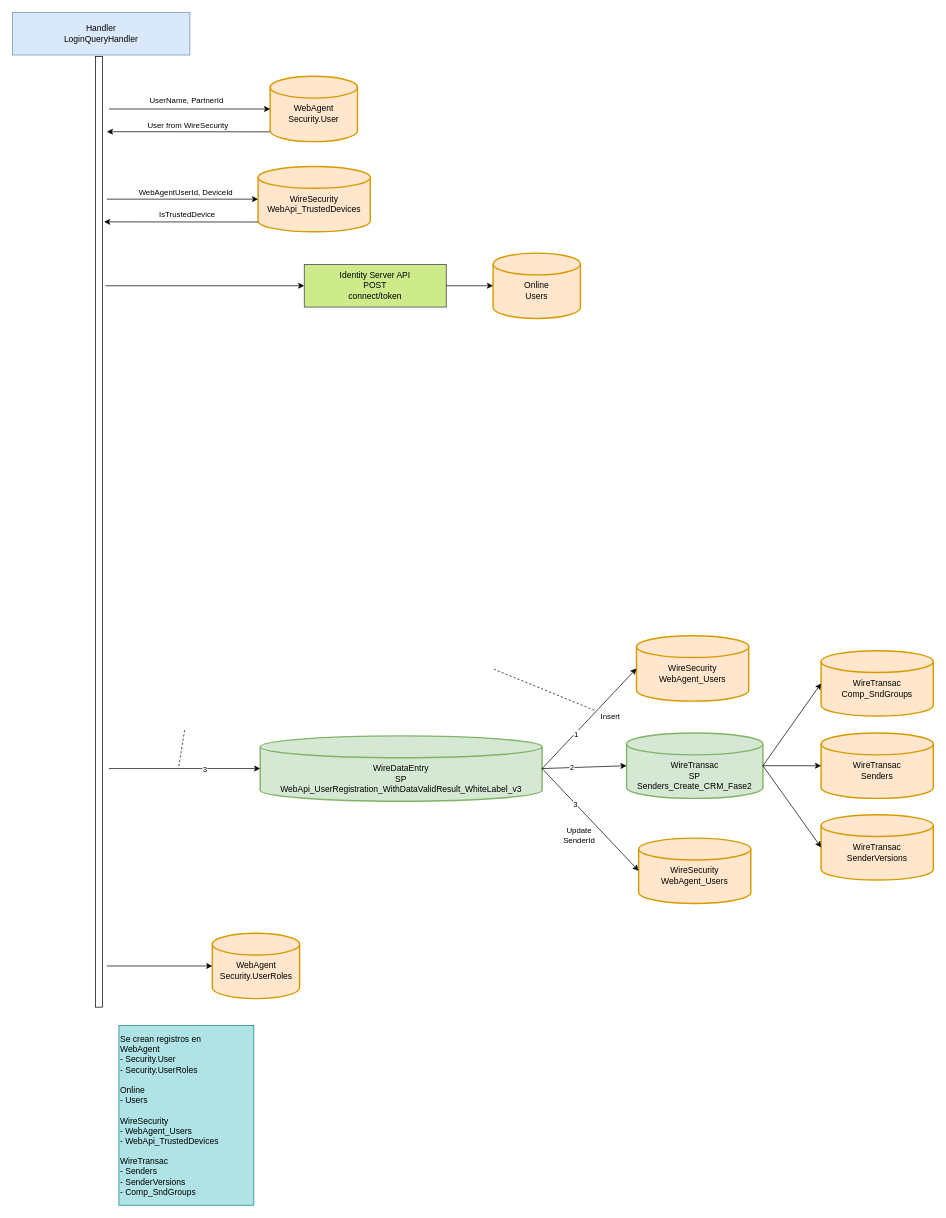
Before: user-api-post-api-auth-login.drawio in notariopablomarcelo/intermex, a draw.io diagram. Source tidied: cells renumbered, new cells numbered last; positions are measured from the earlier drawing's top-left corner, leaving out a move shared by most shapes. Both pictures are drawn from the tidied source at 71%, with x=0, y=0 at pixel (12, 12).
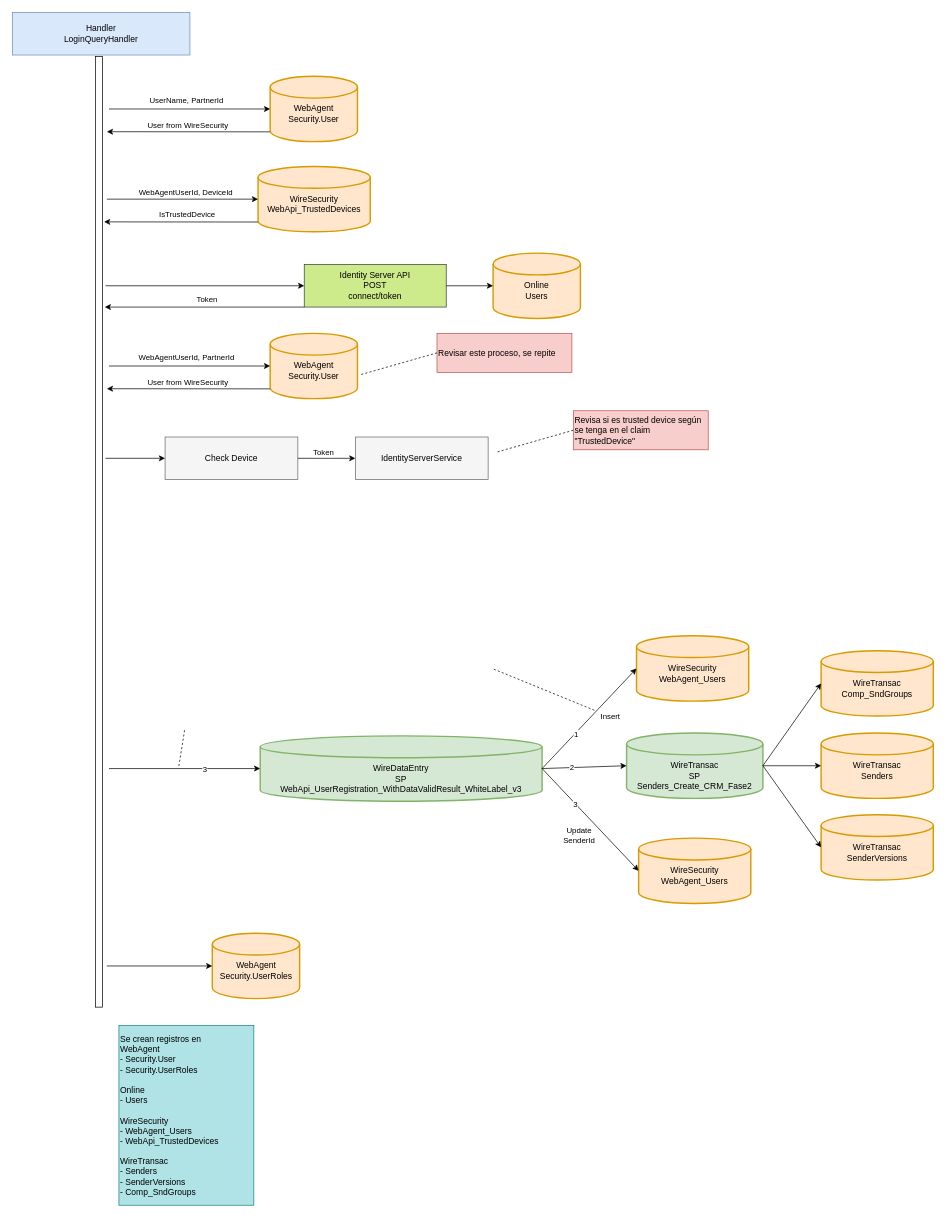
Above is the later version.

The change refers to these unchanged cells:
```xml
<mxCell id="3" value="&lt;font color=&quot;#000000&quot;&gt;Identity Server API&lt;br&gt;POST&lt;br&gt;connect/token&lt;/font&gt;" style="rounded=0;whiteSpace=wrap;html=1;fillColor=#cdeb8b;strokeColor=#36393d;" parent="1" vertex="1">
  <mxGeometry x="411" y="355" width="200" height="60" as="geometry" />
</mxCell>
```

What changed in the source:
```diff
@@
+    <mxCell id="43" value="&lt;br&gt;WebAgent&lt;br&gt;Security.User" style="strokeWidth=2;html=1;shape=mxgraph.flowchart.database;whiteSpace=wrap;fillColor=#ffe6cc;strokeColor=#d79b00;" parent="1" vertex="1">
+      <mxGeometry x="363" y="452" width="123" height="92" as="geometry" />
+    </mxCell>
+    <mxCell id="44" style="endArrow=classic;html=1;rounded=0;entryX=0;entryY=0.5;entryDx=0;entryDy=0;entryPerimeter=0;" parent="1" edge="1" target="43">
+      <mxGeometry relative="1" as="geometry">
+        <mxPoint x="136" y="498" as="sourcePoint" />
+      </mxGeometry>
+    </mxCell>
+    <mxCell id="45" value="WebAgentUserId, PartnerId" style="edgeLabel;html=1;align=center;verticalAlign=middle;" parent="44" vertex="1">
+      <mxGeometry x="0.23" relative="1" as="geometry">
+        <mxPoint x="-32" y="-13" as="offset" />
+      </mxGeometry>
+    </mxCell>
+    <mxCell id="46" style="endArrow=classic;html=1;rounded=0;exitX=0;exitY=0.85;exitDx=0;exitDy=0;exitPerimeter=0;" parent="1" edge="1" source="43">
+      <mxGeometry relative="1" as="geometry">
+        <mxPoint x="133" y="530" as="targetPoint" />
+      </mxGeometry>
+    </mxCell>
+    <mxCell id="47" value="User from WireSecurity" style="edgeLabel;html=1;align=center;verticalAlign=middle;" parent="46" vertex="1">
+      <mxGeometry x="0.42" y="1" relative="1" as="geometry">
+        <mxPoint x="47" y="-11" as="offset" />
+      </mxGeometry>
+    </mxCell>
+    <mxCell id="48" value="Revisar este proceso, se repite" style="text;html=1;strokeColor=#b85450;fillColor=#f8cecc;align=left;verticalAlign=middle;whiteSpace=wrap;rounded=0;" parent="1" vertex="1">
+      <mxGeometry x="598" y="452" width="190" height="55" as="geometry" />
+    </mxCell>
+    <mxCell id="49" style="endArrow=none;dashed=1;html=1;rounded=0;exitX=0;exitY=0.5;exitDx=0;exitDy=0;" parent="1" edge="1" source="48">
+      <mxGeometry relative="1" as="geometry">
+        <mxPoint x="491" y="510" as="targetPoint" />
+      </mxGeometry>
+    </mxCell>
+    <mxCell id="50" value="&lt;font color=&quot;#000000&quot;&gt;Check Device&lt;br&gt;&lt;/font&gt;" style="rounded=0;whiteSpace=wrap;html=1;fillColor=#f5f5f5;strokeColor=#666666;fontColor=#333333;" parent="1" vertex="1">
+      <mxGeometry x="215" y="598" width="187" height="60" as="geometry" />
+    </mxCell>
+    <mxCell id="51" style="endArrow=classic;html=1;rounded=0;entryX=0;entryY=0.5;entryDx=0;entryDy=0;" parent="1" edge="1" target="50">
+      <mxGeometry relative="1" as="geometry">
+        <mxPoint x="131" y="628" as="sourcePoint" />
+      </mxGeometry>
+    </mxCell>
+    <mxCell id="52" value="Revisa si es trusted device según se tenga en el claim &quot;TrustedDevice&quot;" style="text;html=1;strokeColor=#b85450;fillColor=#f8cecc;align=left;verticalAlign=middle;whiteSpace=wrap;rounded=0;" parent="1" vertex="1">
+      <mxGeometry x="790" y="561" width="190" height="55" as="geometry" />
+    </mxCell>
+    <mxCell id="53" style="endArrow=none;dashed=1;html=1;rounded=0;exitX=0;exitY=0.5;exitDx=0;exitDy=0;" parent="1" edge="1" source="52">
+      <mxGeometry relative="1" as="geometry">
+        <mxPoint x="683" y="619" as="targetPoint" />
+      </mxGeometry>
+    </mxCell>
+    <mxCell id="54" value="&lt;font color=&quot;#000000&quot;&gt;IdentityServerService&lt;br&gt;&lt;/font&gt;" style="rounded=0;whiteSpace=wrap;html=1;fillColor=#f5f5f5;strokeColor=#666666;fontColor=#333333;" parent="1" vertex="1">
+      <mxGeometry x="483" y="598" width="187" height="60" as="geometry" />
+    </mxCell>
+    <mxCell id="55" style="endArrow=classic;html=1;rounded=0;entryX=0;entryY=0.5;entryDx=0;entryDy=0;exitX=1;exitY=0.5;exitDx=0;exitDy=0;" parent="1" edge="1" source="50" target="54">
+      <mxGeometry relative="1" as="geometry" />
+    </mxCell>
+    <mxCell id="56" value="Token" style="edgeLabel;html=1;align=center;verticalAlign=middle;" parent="55" vertex="1">
+      <mxGeometry x="-0.46" y="-2" relative="1" as="geometry">
+        <mxPoint x="13" y="-11" as="offset" />
+      </mxGeometry>
+    </mxCell>
+    <mxCell id="57" style="endArrow=classic;html=1;rounded=0;exitX=0;exitY=1;exitDx=0;exitDy=0;" parent="1" edge="1" source="3">
+      <mxGeometry relative="1" as="geometry">
+        <mxPoint x="130" y="415" as="targetPoint" />
+      </mxGeometry>
+    </mxCell>
+    <mxCell id="58" value="Token" style="edgeLabel;html=1;align=center;verticalAlign=middle;" parent="57" vertex="1">
+      <mxGeometry x="-0.26" y="-2" relative="1" as="geometry">
+        <mxPoint x="-34" y="-9" as="offset" />
+      </mxGeometry>
+    </mxCell>
```
